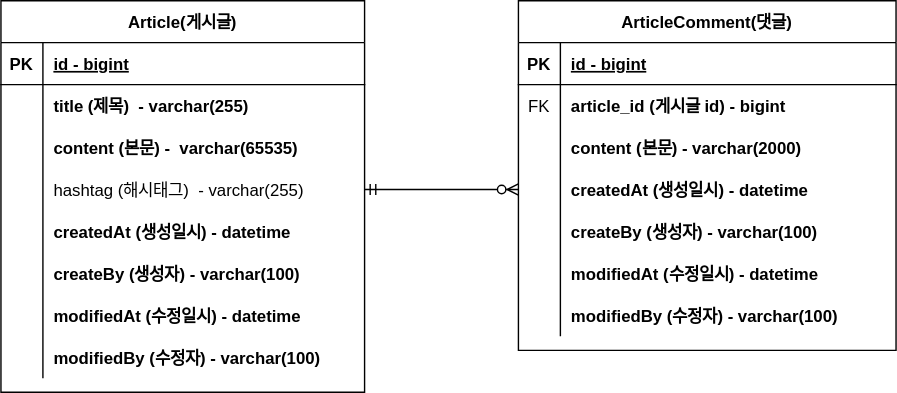
The draw.io diagram document/project-boare-erd.svg in jeonghokyoung/fast-project-board, before a commit. Source tidied: cells renumbered, new cells last; positions are measured from the earlier drawing's top-left corner, leaving out a move shared by most shapes.
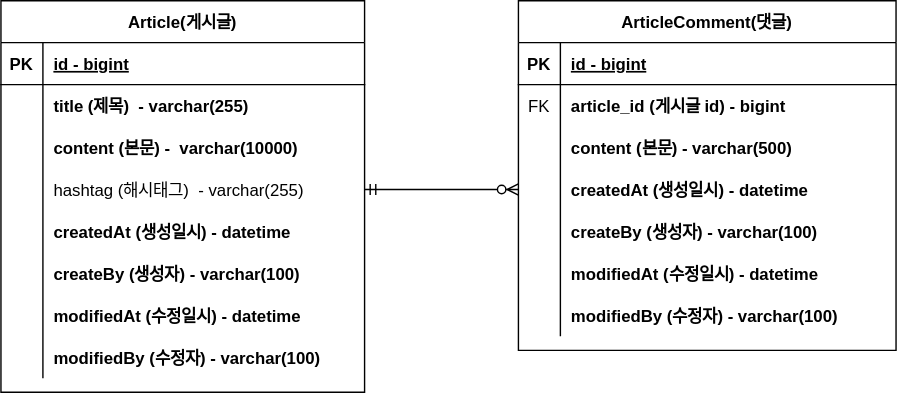
The same diagram one commit later.

Commit message:
#10 - ERD 업데이트: content 사이즈 변경

The edit, as a diff of the source:
```diff
@@ -29,7 +29,7 @@
     <mxCell id="10" style="shape=partialRectangle;overflow=hidden;fillColor=none;top=0;left=0;bottom=0;right=0;" parent="9" vertex="1">
       <mxGeometry width="30" height="30" as="geometry" />
     </mxCell>
-    <mxCell id="11" value="content (본문) -  varchar(65535)" style="shape=partialRectangle;overflow=hidden;fillColor=none;top=0;left=0;bottom=0;right=0;align=left;spacingLeft=6;fontStyle=1;" parent="9" vertex="1">
+    <mxCell id="11" value="content (본문) -  varchar(10000)" style="shape=partialRectangle;overflow=hidden;fillColor=none;top=0;left=0;bottom=0;right=0;align=left;spacingLeft=6;fontStyle=1;" parent="9" vertex="1">
       <mxGeometry x="30" width="230" height="30" as="geometry" />
     </mxCell>
     <mxCell id="12" style="shape=partialRectangle;fillColor=none;points=[[0,0.5],[1,0.5]];portConstraint=eastwest;top=0;left=0;right=0;bottom=0;" parent="2" vertex="1">
@@ -104,7 +104,7 @@
     <mxCell id="35" style="shape=partialRectangle;overflow=hidden;fillColor=none;top=0;left=0;bottom=0;right=0;" parent="34" vertex="1">
       <mxGeometry width="30" height="30" as="geometry" />
     </mxCell>
-    <mxCell id="36" value="content (본문) - varchar(2000)" style="shape=partialRectangle;overflow=hidden;fillColor=none;top=0;left=0;bottom=0;right=0;align=left;spacingLeft=6;fontStyle=1;" parent="34" vertex="1">
+    <mxCell id="36" value="content (본문) - varchar(500)" style="shape=partialRectangle;overflow=hidden;fillColor=none;top=0;left=0;bottom=0;right=0;align=left;spacingLeft=6;fontStyle=1;" parent="34" vertex="1">
       <mxGeometry x="30" width="240" height="30" as="geometry" />
     </mxCell>
     <mxCell id="37" style="shape=partialRectangle;fillColor=none;points=[[0,0.5],[1,0.5]];portConstraint=eastwest;top=0;left=0;right=0;bottom=0;" parent="27" vertex="1">
```
